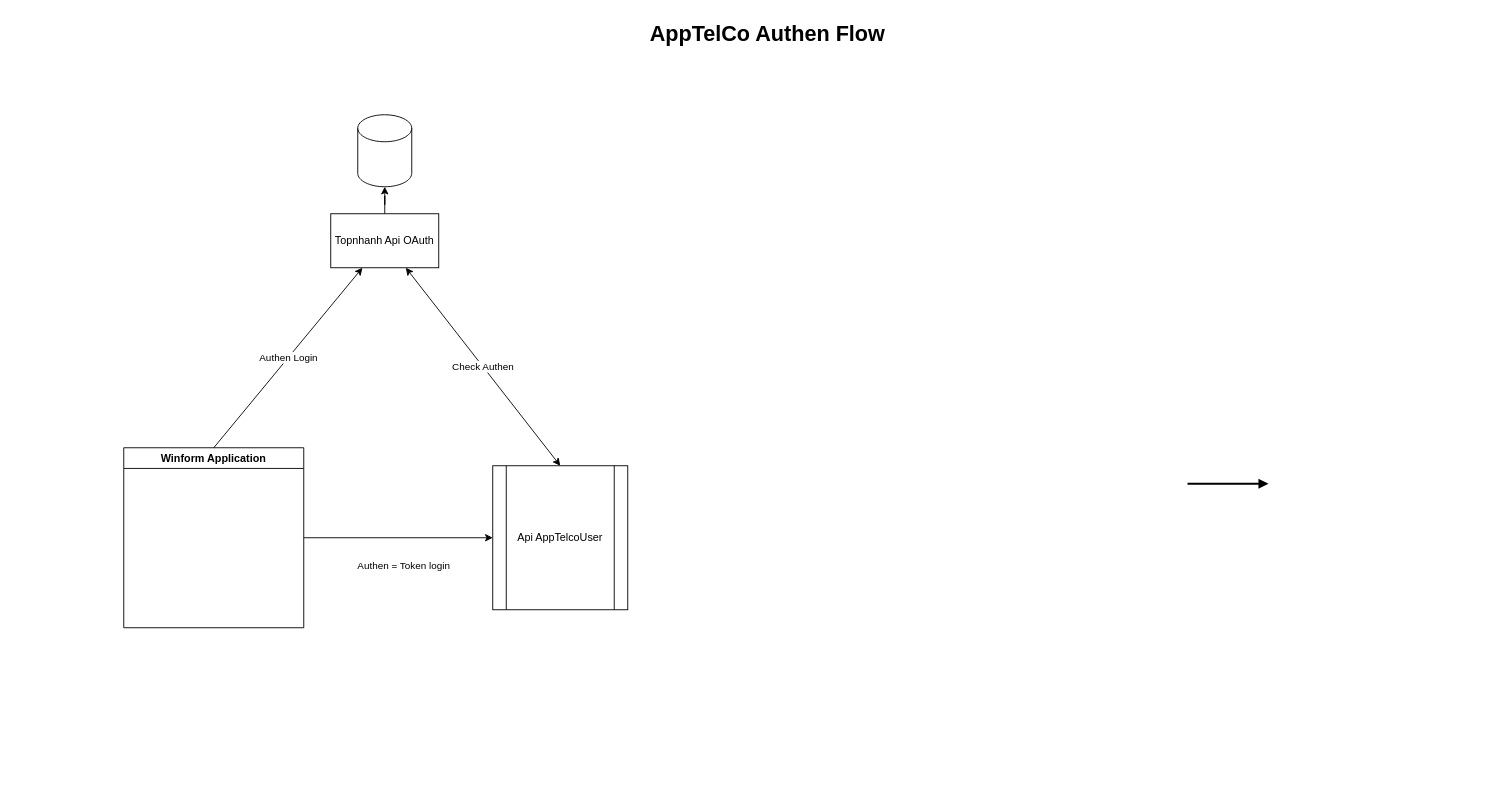
The draw.io diagram topnhanh/Untitled Diagram.drawio in bachdev/diagram, before the edit. Source tidied: cells renumbered, new cells numbered last; positions are measured from the earlier drawing's top-left corner, leaving out a move shared by most shapes. Both pictures are drawn from the tidied source at 90%, with x=0, y=0 at pixel (51, 15).
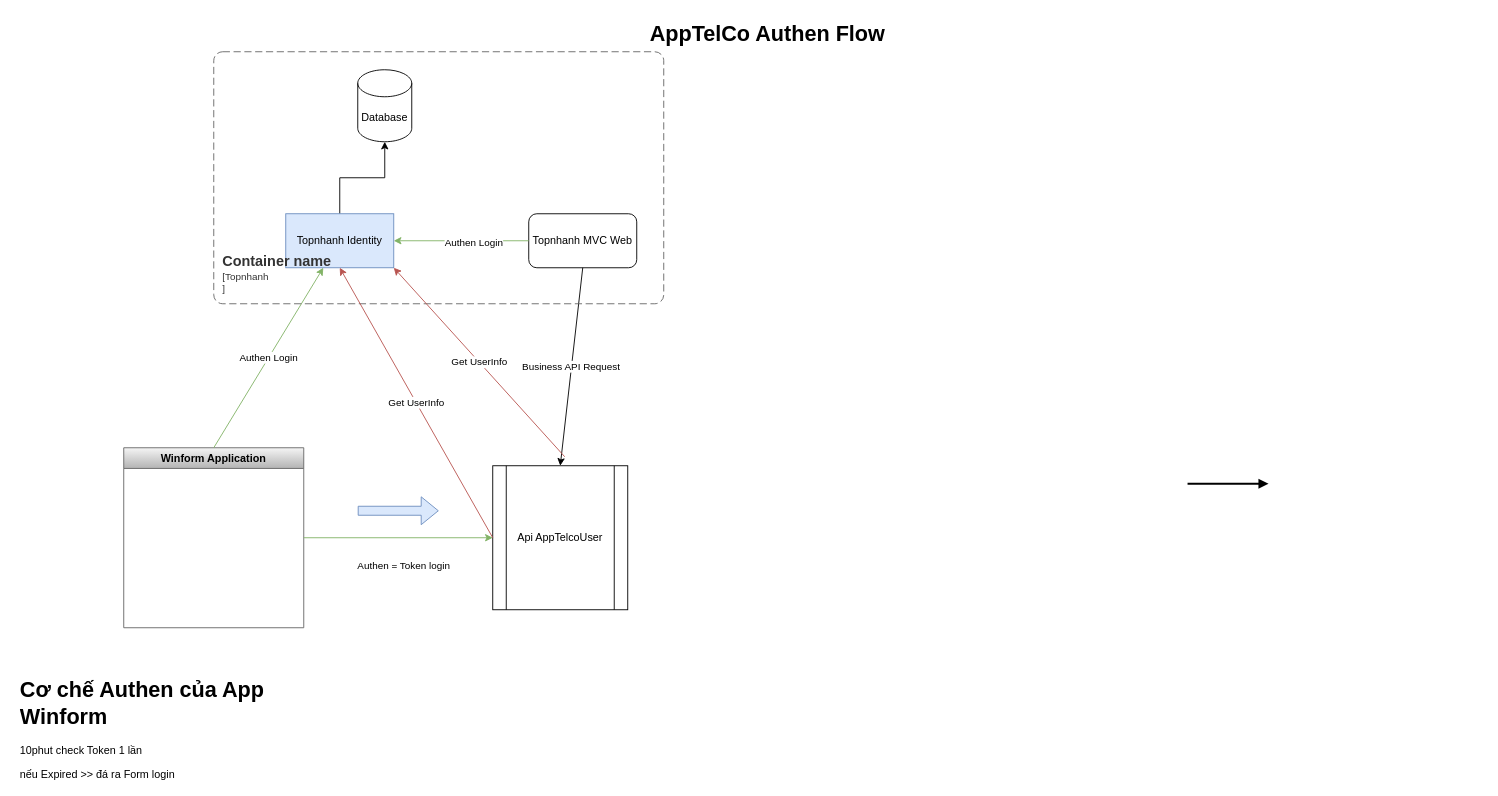
The same diagram, later.

Commit message:
App Telco Authen Flow.drawio

The change refers to these unchanged cells:
```xml
<mxCell id="9" value="Api AppTelcoUser" style="shape=process;whiteSpace=wrap;html=1;backgroundOutline=1;" parent="1" vertex="1">
  <mxGeometry x="490" y="500" width="150" height="160" as="geometry" />
</mxCell>
```

The edit, as a diff of the source:
```diff
@@
-    <mxCell id="4" style="edgeStyle=orthogonalEdgeStyle;rounded=0;jettySize=auto;html=1;" parent="1" edge="1" source="5" target="8">
+    <mxCell id="4" style="edgeStyle=orthogonalEdgeStyle;rounded=0;jettySize=auto;html=1;entryX=0.5;entryY=1;entryDx=0;entryDy=0;entryPerimeter=0;" parent="1" edge="1" source="5" target="8">
       <mxGeometry relative="1" as="geometry" />
     </mxCell>
-    <mxCell id="5" value="Topnhanh Api OAuth" style="rounded=0;whiteSpace=wrap;html=1;" parent="1" vertex="1">
-      <mxGeometry x="310" y="220" width="120" height="60" as="geometry" />
+    <mxCell id="5" value="Topnhanh Identity" style="rounded=0;whiteSpace=wrap;html=1;fillColor=#dae8fc;strokeColor=#6c8ebf;" parent="1" vertex="1">
+      <mxGeometry x="260" y="220" width="120" height="60" as="geometry" />
     </mxCell>
-    <mxCell id="6" value="Winform Application" style="swimlane;whiteSpace=wrap;html=1;" parent="1" vertex="1">
+    <mxCell id="6" value="Winform Application" style="swimlane;whiteSpace=wrap;html=1;fillColor=#f5f5f5;gradientColor=#b3b3b3;strokeColor=#666666;" parent="1" vertex="1">
       <mxGeometry x="80" y="480" width="200" height="200" as="geometry" />
     </mxCell>
-    <mxCell id="7" value="Authen Login" style="endArrow=classic;html=1;rounded=0;exitX=0.5;exitY=0;exitDx=0;exitDy=0;" parent="1" edge="1" source="6" target="5">
+    <mxCell id="7" value="Authen Login" style="endArrow=classic;html=1;rounded=0;exitX=0.5;exitY=0;exitDx=0;exitDy=0;fillColor=#d5e8d4;gradientColor=#97d077;strokeColor=#82b366;" parent="1" edge="1" source="6" target="5">
       <mxGeometry relative="1" as="geometry" />
     </mxCell>
-    <mxCell id="8" style="shape=cylinder3;whiteSpace=wrap;html=1;boundedLbl=1;backgroundOutline=1;size=15;" parent="1" vertex="1">
-      <mxGeometry x="340" y="110" width="60" height="80" as="geometry" />
+    <mxCell id="8" value="Database" style="shape=cylinder3;whiteSpace=wrap;html=1;boundedLbl=1;backgroundOutline=1;size=15;" parent="1" vertex="1">
+      <mxGeometry x="340" y="60" width="60" height="80" as="geometry" />
     </mxCell>
@@
-    <mxCell id="10" style="endArrow=classic;html=1;rounded=0;exitX=1;exitY=0.5;exitDx=0;exitDy=0;entryX=0;entryY=0.5;entryDx=0;entryDy=0;" parent="1" edge="1" source="6" target="9">
+    <mxCell id="10" style="endArrow=classic;html=1;rounded=0;exitX=1;exitY=0.5;exitDx=0;exitDy=0;entryX=0;entryY=0.5;entryDx=0;entryDy=0;fillColor=#d5e8d4;gradientColor=#97d077;strokeColor=#82b366;" parent="1" edge="1" source="6" target="9">
       <mxGeometry relative="1" as="geometry" />
     </mxCell>
@@
+    <mxCell id="13" value="Topnhanh MVC Web" style="rounded=1;whiteSpace=wrap;html=1;" parent="1" vertex="1">
+      <mxGeometry x="530" y="220" width="120" height="60" as="geometry" />
+    </mxCell>
+    <mxCell id="14" value="Business API Request " style="endArrow=classic;html=1;rounded=0;exitX=0.5;exitY=1;exitDx=0;exitDy=0;entryX=0.5;entryY=0;entryDx=0;entryDy=0;" parent="1" edge="1" source="13" target="9">
+      <mxGeometry relative="1" as="geometry" />
+    </mxCell>
+    <mxCell id="15" style="shape=flexArrow;endArrow=classic;html=1;rounded=0;fillColor=#dae8fc;strokeColor=#6c8ebf;" parent="1" edge="1">
+      <mxGeometry relative="1" as="geometry">
+        <mxPoint x="340" y="550" as="sourcePoint" />
+        <mxPoint x="430" y="550" as="targetPoint" />
+      </mxGeometry>
+    </mxCell>
+    <mxCell id="16" style="endArrow=classic;html=1;rounded=1;exitX=0;exitY=0.5;exitDx=0;exitDy=0;fillColor=#d5e8d4;gradientColor=#97d077;strokeColor=#82b366;" parent="1" edge="1" source="13" target="5">
+      <mxGeometry relative="1" as="geometry" />
+    </mxCell>
+    <mxCell id="17" value="Authen Login" style="edgeLabel;html=1;align=center;verticalAlign=middle;" parent="16" vertex="1">
+      <mxGeometry x="-0.18" y="1" relative="1" as="geometry" />
+    </mxCell>
+    <object id="18" label="&lt;font style=&quot;font-size: 16px&quot;&gt;&lt;b&gt;&lt;div style=&quot;text-align: left&quot;&gt;%c4Name%&lt;/div&gt;&lt;/b&gt;&lt;/font&gt;&lt;div style=&quot;text-align: left&quot;&gt;[%c4Application%]&lt;/div&gt;" c4Application="Topnhanh&#10;" c4Name="Container name" placeholders="1">
+      <mxCell style="rounded=1;fontSize=11;whiteSpace=wrap;html=1;dashed=1;arcSize=20;fillColor=none;strokeColor=#666666;fontColor=#333333;labelBackgroundColor=none;align=left;verticalAlign=bottom;labelBorderColor=none;spacingTop=0;spacing=10;dashPattern=8 4;perimeter=rectanglePerimeter;noLabel=0;labelPadding=0;absoluteArcSize=1;" parent="1" vertex="1">
+        <mxGeometry x="180" y="40" width="500" height="280" as="geometry" />
+      </mxCell>
+    </object>
+    <mxCell id="19" value="&lt;h1&gt;Cơ chế Authen của App Winform&lt;br&gt;&lt;/h1&gt;&lt;p&gt;10phut check Token 1 lần &lt;br&gt;&lt;/p&gt;&lt;p&gt;nếu Expired &amp;gt;&amp;gt; đá ra Form login &lt;br&gt;&lt;/p&gt;&lt;p&gt;&lt;br&gt;&lt;/p&gt;" style="text;html=1;strokeColor=none;fillColor=none;spacing=5;spacingTop=-20;whiteSpace=wrap;overflow=hidden;rounded=0;" parent="1" vertex="1">
+      <mxGeometry x="-40" y="730" width="310" height="120" as="geometry" />
+    </mxCell>
-    <mxCell id="12" value="Check Authen" style="endArrow=classic;startArrow=classic;html=1;rounded=0;exitX=0.5;exitY=0;exitDx=0;exitDy=0;" parent="1" edge="1" source="9" target="5">
+    <mxCell id="12" value="Get UserInfo" style="endArrow=classic;html=1;rounded=0;entryX=0.5;entryY=1;entryDx=0;entryDy=0;fillColor=#f8cecc;gradientColor=#ea6b66;strokeColor=#b85450;exitX=0;exitY=0.5;exitDx=0;exitDy=0;" parent="1" edge="1" source="9" target="5">
       <mxGeometry relative="1" as="geometry" />
     </mxCell>
+    <mxCell id="20" value="Get UserInfo" style="endArrow=classic;html=1;rounded=0;entryX=1;entryY=1;entryDx=0;entryDy=0;fillColor=#f8cecc;gradientColor=#ea6b66;strokeColor=#b85450;" parent="1" edge="1" target="5">
+      <mxGeometry relative="1" as="geometry">
+        <mxPoint x="570" y="490" as="sourcePoint" />
+      </mxGeometry>
+    </mxCell>
```
